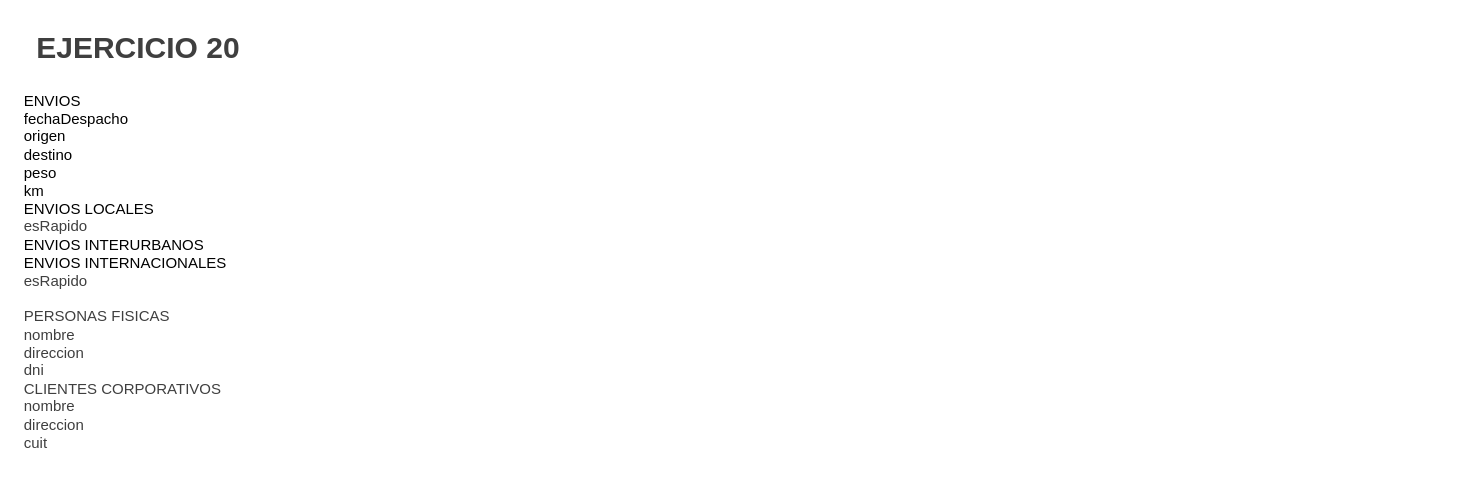
Above: 2°Año/2°Semestre/OO1/Practicas/Ejercicioi21/Modelado.drawio in ElianDFernandez/UNLP-APU (draw.io), before the change. Source tidied: cells renumbered, new cells numbered last; positions are measured from the earlier drawing's top-left corner, leaving out a move shared by most shapes. Both pictures are drawn from the tidied source at 125%, with x=0, y=0 at pixel (21, 21).
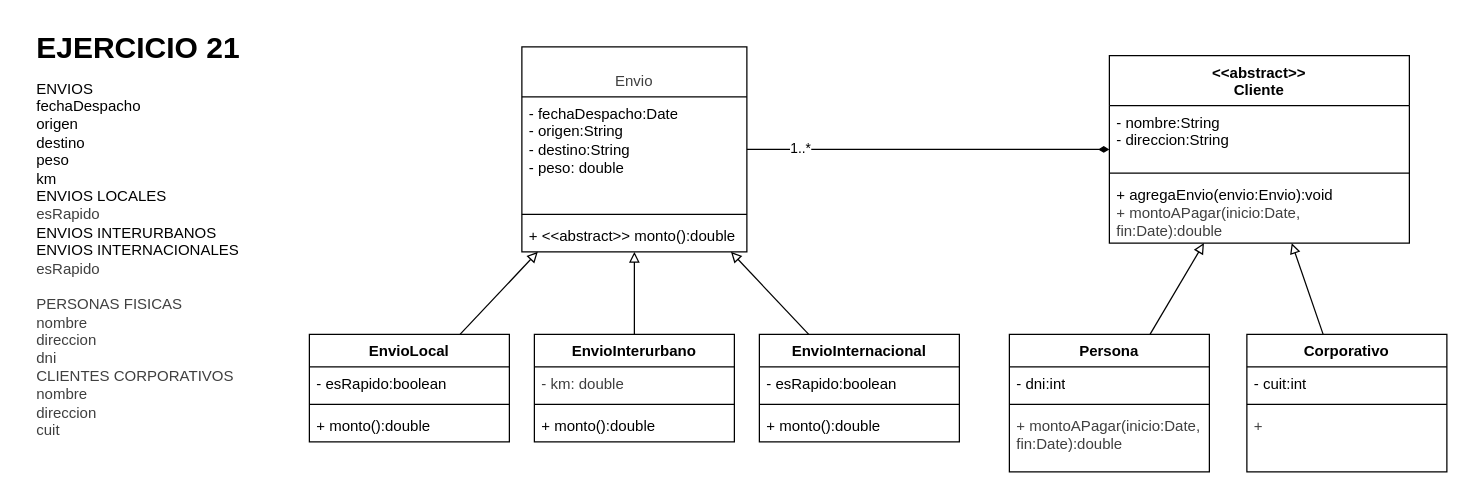
The same page after the edit.

The edit, as a diff of the source:
```diff
@@
-    <mxCell id="2" value="&lt;h1 style=&quot;margin-top: 0px;&quot;&gt;&lt;span style=&quot;color: rgb(63, 63, 63); background-color: transparent;&quot;&gt;EJERCICIO 20&lt;/span&gt;&lt;/h1&gt;&lt;h1 style=&quot;margin-top: 0px;&quot;&gt;&lt;br&gt;&lt;/h1&gt;&lt;div&gt;&lt;br&gt;&lt;/div&gt;" style="text;html=1;whiteSpace=wrap;overflow=hidden;rounded=0;" parent="1" vertex="1">
+    <mxCell id="2" value="&lt;h1 style=&quot;margin-top: 0px;&quot;&gt;EJERCICIO 21&lt;/h1&gt;" style="text;html=1;whiteSpace=wrap;overflow=hidden;rounded=0;" parent="1" vertex="1">
       <mxGeometry x="10" width="210" height="40" as="geometry" />
     </mxCell>
     <mxCell id="3" value="&lt;span style=&quot;background-color: light-dark(#ffffff, var(--ge-dark-color, #121212));&quot;&gt;ENVIOS&lt;/span&gt;&lt;div&gt;&lt;font style=&quot;background-color: light-dark(#ffffff, var(--ge-dark-color, #121212));&quot; color=&quot;#000000&quot;&gt;fechaDespacho&lt;/font&gt;&lt;/div&gt;&lt;div&gt;&lt;font style=&quot;background-color: light-dark(#ffffff, var(--ge-dark-color, #121212));&quot; color=&quot;#000000&quot;&gt;origen&lt;/font&gt;&lt;/div&gt;&lt;div&gt;&lt;font style=&quot;background-color: light-dark(#ffffff, var(--ge-dark-color, #121212));&quot; color=&quot;#000000&quot;&gt;destino&lt;/font&gt;&lt;/div&gt;&lt;div&gt;&lt;font style=&quot;background-color: light-dark(#ffffff, var(--ge-dark-color, #121212));&quot; color=&quot;#000000&quot;&gt;peso&lt;/font&gt;&lt;/div&gt;&lt;div&gt;&lt;font style=&quot;background-color: light-dark(#ffffff, var(--ge-dark-color, #121212));&quot; color=&quot;#000000&quot;&gt;km&lt;/font&gt;&lt;/div&gt;&lt;div&gt;&lt;div&gt;&lt;span style=&quot;background-color: light-dark(#ffffff, var(--ge-dark-color, #121212));&quot;&gt;ENVIOS LOCALES&lt;/span&gt;&lt;/div&gt;&lt;div&gt;&lt;span style=&quot;color: rgb(63, 63, 63); background-color: light-dark(#ffffff, var(--ge-dark-color, #121212));&quot;&gt;esRapido&lt;/span&gt;&lt;/div&gt;&lt;div&gt;&lt;span style=&quot;background-color: light-dark(#ffffff, var(--ge-dark-color, #121212));&quot;&gt;ENVIOS INTERURBANOS&lt;/span&gt;&lt;/div&gt;&lt;div&gt;&lt;span style=&quot;background-color: light-dark(#ffffff, var(--ge-dark-color, #121212));&quot;&gt;ENVIOS INTERNACIONALES&lt;/span&gt;&lt;/div&gt;&lt;div&gt;&lt;span style=&quot;color: rgb(63, 63, 63); background-color: light-dark(#ffffff, var(--ge-dark-color, #121212));&quot;&gt;esRapido&lt;/span&gt;&lt;/div&gt;&lt;/div&gt;&lt;div&gt;&lt;span style=&quot;color: rgb(63, 63, 63); background-color: light-dark(#ffffff, var(--ge-dark-color, #121212));&quot;&gt;&lt;br&gt;&lt;/span&gt;&lt;/div&gt;&lt;div&gt;&lt;span style=&quot;color: rgb(63, 63, 63); background-color: light-dark(#ffffff, var(--ge-dark-color, #121212));&quot;&gt;PERSONAS FISICAS&lt;/span&gt;&lt;/div&gt;&lt;div&gt;&lt;span style=&quot;color: rgb(63, 63, 63); background-color: light-dark(#ffffff, var(--ge-dark-color, #121212));&quot;&gt;nombre&lt;/span&gt;&lt;/div&gt;&lt;div&gt;&lt;span style=&quot;color: rgb(63, 63, 63); background-color: light-dark(#ffffff, var(--ge-dark-color, #121212));&quot;&gt;direccion&lt;/span&gt;&lt;/div&gt;&lt;div&gt;&lt;span style=&quot;color: rgb(63, 63, 63); background-color: light-dark(#ffffff, var(--ge-dark-color, #121212));&quot;&gt;dni&lt;/span&gt;&lt;/div&gt;&lt;div&gt;&lt;span style=&quot;color: rgb(63, 63, 63); background-color: light-dark(#ffffff, var(--ge-dark-color, #121212));&quot;&gt;CLIENTES CORPORATIVOS&lt;/span&gt;&lt;/div&gt;&lt;div&gt;&lt;span style=&quot;color: rgb(63, 63, 63); background-color: light-dark(#ffffff, var(--ge-dark-color, #121212));&quot;&gt;nombre&lt;/span&gt;&lt;/div&gt;&lt;div&gt;&lt;span style=&quot;color: rgb(63, 63, 63); background-color: light-dark(#ffffff, var(--ge-dark-color, #121212));&quot;&gt;direccion&lt;/span&gt;&lt;/div&gt;&lt;div&gt;&lt;span style=&quot;color: rgb(63, 63, 63); background-color: light-dark(#ffffff, var(--ge-dark-color, #121212));&quot;&gt;cuit&lt;/span&gt;&lt;/div&gt;" style="text;html=1;align=left;verticalAlign=middle;whiteSpace=wrap;rounded=0;" parent="1" vertex="1">
-      <mxGeometry y="40" width="170" height="320" as="geometry" />
+      <mxGeometry x="10" y="30" width="170" height="320" as="geometry" />
     </mxCell>
+    <mxCell id="4" value="&lt;br&gt;&lt;div style=&quot;color: rgb(63, 63, 63); scrollbar-color: rgb(226, 226, 226) rgb(251, 251, 251); font-weight: 400;&quot;&gt;Envio&lt;/div&gt;" style="swimlane;fontStyle=1;align=center;verticalAlign=top;horizontal=1;startSize=40;whiteSpace=wrap;html=1;" parent="1" vertex="1">
+      <mxGeometry x="400" y="20" width="180" height="164" as="geometry" />
+    </mxCell>
+    <mxCell id="5" value="- fechaDespacho:Date&lt;div&gt;- origen:String&lt;/div&gt;&lt;div&gt;- destino:String&lt;/div&gt;&lt;div&gt;- peso: double&lt;/div&gt;" style="text;strokeColor=none;fillColor=none;align=left;verticalAlign=top;spacingLeft=4;spacingRight=4;overflow=hidden;whiteSpace=wrap;html=1;" parent="4" vertex="1">
+      <mxGeometry y="40" width="180" height="90" as="geometry" />
+    </mxCell>
+    <mxCell id="6" style="line;strokeWidth=1;fillColor=none;align=left;verticalAlign=middle;spacingTop=-1;spacingLeft=3;spacingRight=3;labelPosition=right;strokeColor=inherit;" parent="4" vertex="1">
+      <mxGeometry y="130" width="180" height="8" as="geometry" />
+    </mxCell>
+    <mxCell id="7" value="+&amp;nbsp;&lt;span style=&quot;color: rgb(0, 0, 0); text-align: center;&quot;&gt;&amp;lt;&amp;lt;abstract&amp;gt;&amp;gt;&amp;nbsp;&lt;/span&gt;monto():double" style="text;strokeColor=none;fillColor=none;align=left;verticalAlign=top;spacingLeft=4;spacingRight=4;overflow=hidden;whiteSpace=wrap;html=1;" parent="4" vertex="1">
+      <mxGeometry y="138" width="180" height="26" as="geometry" />
+    </mxCell>
+    <mxCell id="8" style="edgeStyle=none;html=1;endArrow=block;endFill=0;" parent="1" edge="1" source="9" target="4">
+      <mxGeometry relative="1" as="geometry" />
+    </mxCell>
+    <mxCell id="9" value="EnvioLocal" style="swimlane;fontStyle=1;align=center;verticalAlign=top;horizontal=1;startSize=26;whiteSpace=wrap;html=1;" parent="1" vertex="1">
+      <mxGeometry x="230" y="250" width="160" height="86" as="geometry" />
+    </mxCell>
+    <mxCell id="10" value="- esRapido:boolean" style="text;strokeColor=none;fillColor=none;align=left;verticalAlign=top;spacingLeft=4;spacingRight=4;overflow=hidden;whiteSpace=wrap;html=1;" parent="9" vertex="1">
+      <mxGeometry y="26" width="160" height="26" as="geometry" />
+    </mxCell>
+    <mxCell id="11" style="line;strokeWidth=1;fillColor=none;align=left;verticalAlign=middle;spacingTop=-1;spacingLeft=3;spacingRight=3;labelPosition=right;strokeColor=inherit;" parent="9" vertex="1">
+      <mxGeometry y="52" width="160" height="8" as="geometry" />
+    </mxCell>
+    <mxCell id="12" value="+ monto():double" style="text;strokeColor=none;fillColor=none;align=left;verticalAlign=top;spacingLeft=4;spacingRight=4;overflow=hidden;whiteSpace=wrap;html=1;" parent="9" vertex="1">
+      <mxGeometry y="60" width="160" height="26" as="geometry" />
+    </mxCell>
+    <mxCell id="13" style="edgeStyle=none;html=1;endArrow=block;endFill=0;" parent="1" edge="1" source="14" target="4">
+      <mxGeometry relative="1" as="geometry" />
+    </mxCell>
+    <mxCell id="14" value="EnvioInterurbano" style="swimlane;fontStyle=1;align=center;verticalAlign=top;horizontal=1;startSize=26;whiteSpace=wrap;html=1;" parent="1" vertex="1">
+      <mxGeometry x="410" y="250" width="160" height="86" as="geometry" />
+    </mxCell>
+    <mxCell id="15" value="&lt;span style=&quot;color: rgb(63, 63, 63);&quot;&gt;- km: double&lt;/span&gt;" style="text;strokeColor=none;fillColor=none;align=left;verticalAlign=top;spacingLeft=4;spacingRight=4;overflow=hidden;whiteSpace=wrap;html=1;" parent="14" vertex="1">
+      <mxGeometry y="26" width="160" height="26" as="geometry" />
+    </mxCell>
+    <mxCell id="16" style="line;strokeWidth=1;fillColor=none;align=left;verticalAlign=middle;spacingTop=-1;spacingLeft=3;spacingRight=3;labelPosition=right;strokeColor=inherit;" parent="14" vertex="1">
+      <mxGeometry y="52" width="160" height="8" as="geometry" />
+    </mxCell>
+    <mxCell id="17" value="+ monto():double" style="text;strokeColor=none;fillColor=none;align=left;verticalAlign=top;spacingLeft=4;spacingRight=4;overflow=hidden;whiteSpace=wrap;html=1;" parent="14" vertex="1">
+      <mxGeometry y="60" width="160" height="26" as="geometry" />
+    </mxCell>
+    <mxCell id="18" style="edgeStyle=none;html=1;endArrow=block;endFill=0;" parent="1" edge="1" source="19" target="4">
+      <mxGeometry relative="1" as="geometry" />
+    </mxCell>
+    <mxCell id="19" value="EnvioInternacional" style="swimlane;fontStyle=1;align=center;verticalAlign=top;horizontal=1;startSize=26;whiteSpace=wrap;html=1;" parent="1" vertex="1">
+      <mxGeometry x="590" y="250" width="160" height="86" as="geometry" />
+    </mxCell>
+    <mxCell id="20" value="- esRapido:boolean" style="text;strokeColor=none;fillColor=none;align=left;verticalAlign=top;spacingLeft=4;spacingRight=4;overflow=hidden;whiteSpace=wrap;html=1;" parent="19" vertex="1">
+      <mxGeometry y="26" width="160" height="26" as="geometry" />
+    </mxCell>
+    <mxCell id="21" style="line;strokeWidth=1;fillColor=none;align=left;verticalAlign=middle;spacingTop=-1;spacingLeft=3;spacingRight=3;labelPosition=right;strokeColor=inherit;" parent="19" vertex="1">
+      <mxGeometry y="52" width="160" height="8" as="geometry" />
+    </mxCell>
+    <mxCell id="22" value="&lt;span style=&quot;color: rgb(0, 0, 0);&quot;&gt;+ monto():double&lt;/span&gt;" style="text;strokeColor=none;fillColor=none;align=left;verticalAlign=top;spacingLeft=4;spacingRight=4;overflow=hidden;whiteSpace=wrap;html=1;" parent="19" vertex="1">
+      <mxGeometry y="60" width="160" height="26" as="geometry" />
+    </mxCell>
+    <mxCell id="23" style="edgeStyle=none;html=1;endArrow=none;endFill=0;startArrow=diamondThin;startFill=1;" parent="1" edge="1" source="25" target="4">
+      <mxGeometry relative="1" as="geometry" />
+    </mxCell>
+    <mxCell id="24" value="1..*" style="edgeLabel;html=1;align=center;verticalAlign=middle;" parent="23" vertex="1">
+      <mxGeometry x="0.71" y="-2" relative="1" as="geometry" />
+    </mxCell>
+    <mxCell id="25" value="&amp;lt;&amp;lt;abstract&amp;gt;&amp;gt;&lt;div&gt;Cliente&lt;/div&gt;" style="swimlane;fontStyle=1;align=center;verticalAlign=top;horizontal=1;startSize=40;whiteSpace=wrap;html=1;" parent="1" vertex="1">
+      <mxGeometry x="870" y="27" width="240" height="150" as="geometry" />
+    </mxCell>
+    <mxCell id="26" value="- nombre:String&lt;div&gt;- direccion:String&lt;/div&gt;" style="text;strokeColor=none;fillColor=none;align=left;verticalAlign=top;spacingLeft=4;spacingRight=4;overflow=hidden;whiteSpace=wrap;html=1;" parent="25" vertex="1">
+      <mxGeometry y="40" width="240" height="50" as="geometry" />
+    </mxCell>
+    <mxCell id="27" style="line;strokeWidth=1;fillColor=none;align=left;verticalAlign=middle;spacingTop=-1;spacingLeft=3;spacingRight=3;labelPosition=right;strokeColor=inherit;" parent="25" vertex="1">
+      <mxGeometry y="90" width="240" height="8" as="geometry" />
+    </mxCell>
+    <mxCell id="28" value="+ agregaEnvio(envio:Envio):void&lt;div&gt;&lt;span style=&quot;color: rgb(63, 63, 63);&quot;&gt;+ montoAPagar(inicio:Date, fin:Date):double&lt;/span&gt;&lt;/div&gt;" style="text;strokeColor=none;fillColor=none;align=left;verticalAlign=top;spacingLeft=4;spacingRight=4;overflow=hidden;whiteSpace=wrap;html=1;" parent="25" vertex="1">
+      <mxGeometry y="98" width="240" height="52" as="geometry" />
+    </mxCell>
+    <mxCell id="29" style="edgeStyle=none;html=1;endArrow=block;endFill=0;" parent="1" edge="1" source="30" target="25">
+      <mxGeometry relative="1" as="geometry" />
+    </mxCell>
+    <mxCell id="30" value="Persona" style="swimlane;fontStyle=1;align=center;verticalAlign=top;horizontal=1;startSize=26;whiteSpace=wrap;html=1;" parent="1" vertex="1">
+      <mxGeometry x="790" y="250" width="160" height="110" as="geometry" />
+    </mxCell>
+    <mxCell id="31" value="- dni:int" style="text;strokeColor=none;fillColor=none;align=left;verticalAlign=top;spacingLeft=4;spacingRight=4;overflow=hidden;whiteSpace=wrap;html=1;" parent="30" vertex="1">
+      <mxGeometry y="26" width="160" height="26" as="geometry" />
+    </mxCell>
+    <mxCell id="32" style="line;strokeWidth=1;fillColor=none;align=left;verticalAlign=middle;spacingTop=-1;spacingLeft=3;spacingRight=3;labelPosition=right;strokeColor=inherit;" parent="30" vertex="1">
+      <mxGeometry y="52" width="160" height="8" as="geometry" />
+    </mxCell>
+    <mxCell id="33" value="&lt;span style=&quot;color: rgb(63, 63, 63);&quot;&gt;+ montoAPagar(inicio:Date, fin:Date):double&lt;/span&gt;" style="text;strokeColor=none;fillColor=none;align=left;verticalAlign=top;spacingLeft=4;spacingRight=4;overflow=hidden;whiteSpace=wrap;html=1;" parent="30" vertex="1">
+      <mxGeometry y="60" width="160" height="50" as="geometry" />
+    </mxCell>
+    <mxCell id="34" style="edgeStyle=none;html=1;endArrow=block;endFill=0;" parent="1" edge="1" source="35" target="25">
+      <mxGeometry relative="1" as="geometry" />
+    </mxCell>
+    <mxCell id="35" value="Corporativo" style="swimlane;fontStyle=1;align=center;verticalAlign=top;horizontal=1;startSize=26;whiteSpace=wrap;html=1;" parent="1" vertex="1">
+      <mxGeometry x="980" y="250" width="160" height="110" as="geometry" />
+    </mxCell>
+    <mxCell id="36" value="- cuit:int" style="text;strokeColor=none;fillColor=none;align=left;verticalAlign=top;spacingLeft=4;spacingRight=4;overflow=hidden;whiteSpace=wrap;html=1;" parent="35" vertex="1">
+      <mxGeometry y="26" width="160" height="26" as="geometry" />
+    </mxCell>
+    <mxCell id="37" style="line;strokeWidth=1;fillColor=none;align=left;verticalAlign=middle;spacingTop=-1;spacingLeft=3;spacingRight=3;labelPosition=right;strokeColor=inherit;" parent="35" vertex="1">
+      <mxGeometry y="52" width="160" height="8" as="geometry" />
+    </mxCell>
+    <mxCell id="38" value="&lt;span style=&quot;color: rgb(63, 63, 63);&quot;&gt;+&lt;/span&gt;" style="text;strokeColor=none;fillColor=none;align=left;verticalAlign=top;spacingLeft=4;spacingRight=4;overflow=hidden;whiteSpace=wrap;html=1;" parent="35" vertex="1">
+      <mxGeometry y="60" width="160" height="50" as="geometry" />
+    </mxCell>
```
